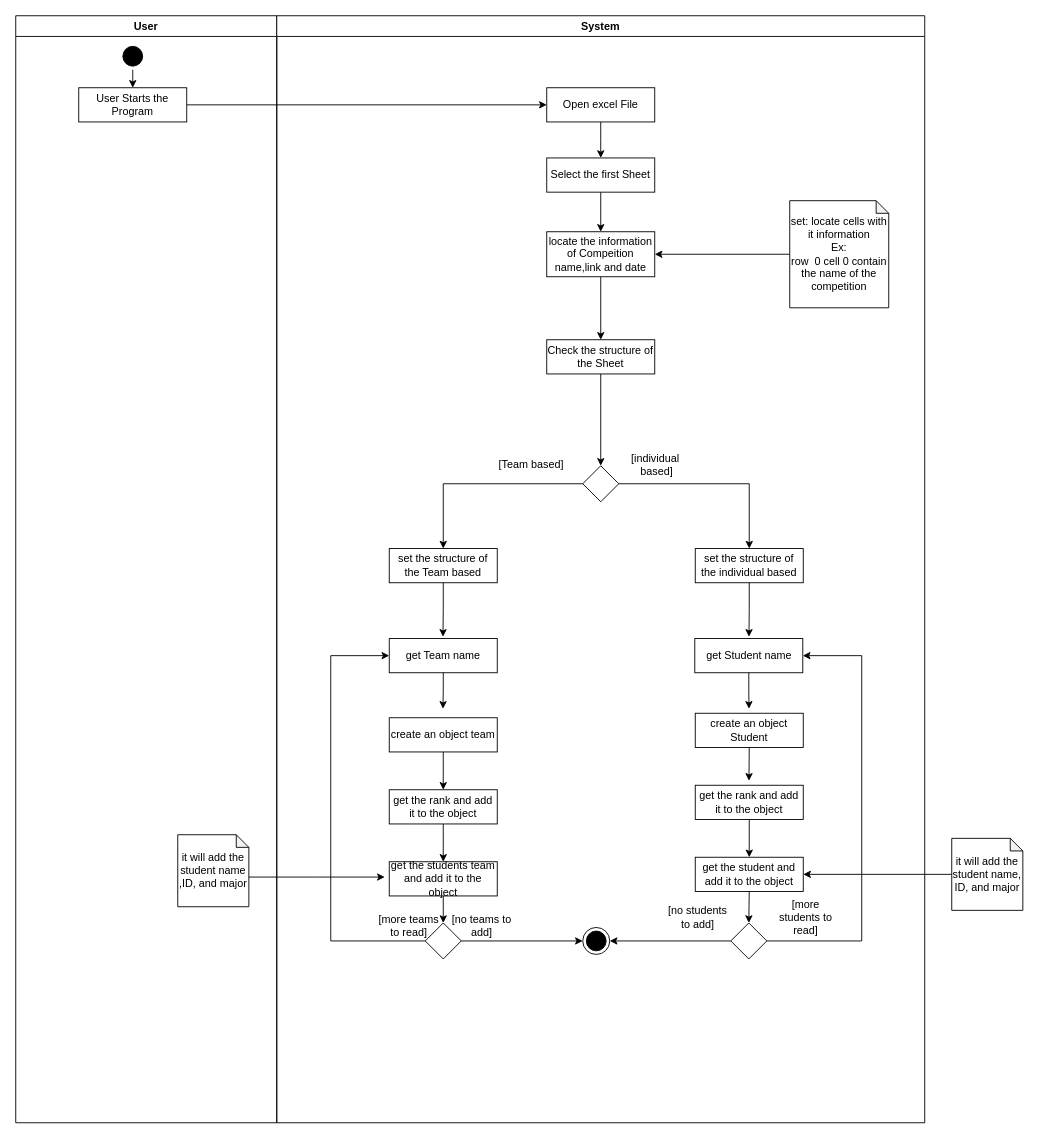
The draw.io diagram docs/phase2/Acitivity_Diagram_read_from_Excel.drawio in AbdullahAXR/Competition-tracker, before the edit. Source tidied: cells renumbered, new cells numbered last; positions are measured from the earlier drawing's top-left corner, leaving out a move shared by most shapes. Both pictures are drawn from the tidied source at 90%, with x=0, y=0 at pixel (15, 15).
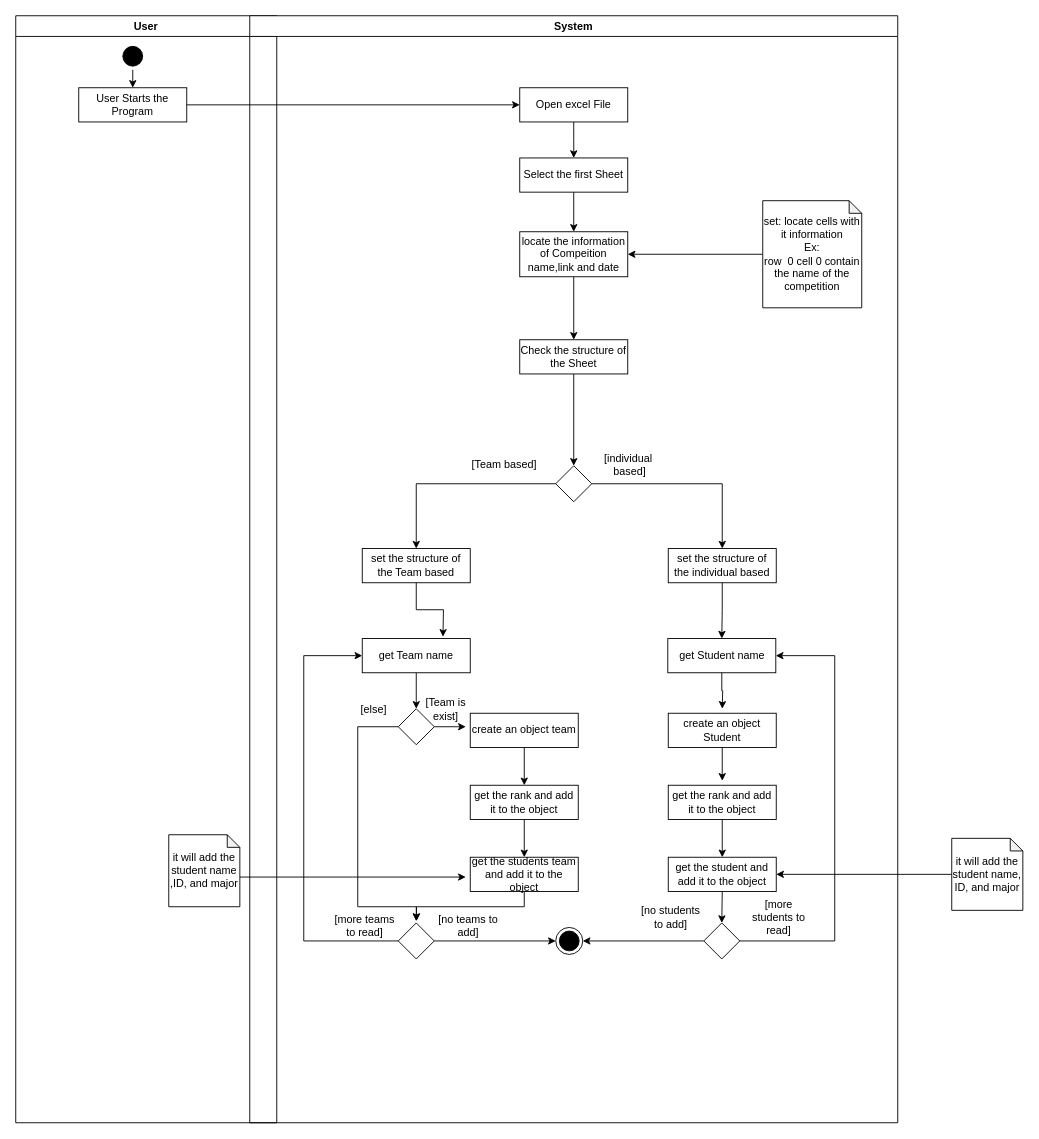
After the change.

Commit message (it also covers changes not shown here):
I updated the read from Excel (AD)

The change refers to these unchanged cells:
```xml
<mxCell id="2" value="User" style="swimlane;whiteSpace=wrap;" parent="1" vertex="1">
  <mxGeometry width="290" height="1230" as="geometry" />
</mxCell>
<mxCell id="20" value="get Team name" style="rounded=0;whiteSpace=wrap;html=1;strokeColor=#000000;" parent="7" vertex="1">
  <mxGeometry x="125" y="692" width="120" height="38" as="geometry" />
</mxCell>
<mxCell id="30" style="rhombus;whiteSpace=wrap;html=1;strokeColor=#000000;" parent="7" vertex="1">
  <mxGeometry x="165" y="1008" width="40" height="40" as="geometry" />
</mxCell>
<mxCell id="34" value="create an object Student" style="rounded=0;whiteSpace=wrap;html=1;strokeColor=#000000;" parent="7" vertex="1">
  <mxGeometry x="465" y="775" width="120" height="38" as="geometry" />
</mxCell>
<mxCell id="43" value="&lt;span&gt;set the structure of the individual&amp;nbsp;based&lt;/span&gt;" style="rounded=0;whiteSpace=wrap;html=1;strokeColor=#000000;" parent="7" vertex="1">
  <mxGeometry x="465" y="592" width="120" height="38" as="geometry" />
</mxCell>
<mxCell id="45" value="get Student name" style="rounded=0;whiteSpace=wrap;html=1;strokeColor=#000000;" parent="7" vertex="1">
  <mxGeometry x="464.5" y="692" width="120" height="38" as="geometry" />
</mxCell>
```

Change to the diagram source:
```diff
@@
     <mxCell id="4" value="it will add the student name ,ID, and major" style="shape=note;whiteSpace=wrap;html=1;backgroundOutline=1;darkOpacity=0.05;strokeColor=#000000;size=14;" parent="2" vertex="1">
-      <mxGeometry x="180" y="910" width="79" height="80" as="geometry" />
+      <mxGeometry x="170" y="910" width="79" height="80" as="geometry" />
     </mxCell>
@@
     <mxCell id="7" value="System" style="swimlane;whiteSpace=wrap;startSize=23;" parent="1" vertex="1">
-      <mxGeometry x="290" width="720" height="1230" as="geometry" />
+      <mxGeometry x="260" width="720" height="1230" as="geometry" />
     </mxCell>
@@
+    <mxCell id="58" style="edgeStyle=orthogonalEdgeStyle;rounded=0;jettySize=auto;html=1;exitX=0.5;exitY=1;exitDx=0;exitDy=0;entryX=0.5;entryY=0;entryDx=0;entryDy=0;startArrow=none;startFill=0;endArrow=classic;endFill=1;" parent="7" edge="1" source="20" target="60">
+      <mxGeometry relative="1" as="geometry" />
+    </mxCell>
@@
     <mxCell id="24" value="create an object team" style="rounded=0;whiteSpace=wrap;html=1;strokeColor=#000000;" parent="7" vertex="1">
-      <mxGeometry x="125" y="780" width="120" height="38" as="geometry" />
+      <mxGeometry x="245" y="775" width="120" height="38" as="geometry" />
     </mxCell>
@@
     <mxCell id="26" value="get the rank and add it to the object" style="rounded=0;whiteSpace=wrap;html=1;strokeColor=#000000;" parent="7" vertex="1">
-      <mxGeometry x="125" y="860" width="120" height="38" as="geometry" />
+      <mxGeometry x="245" y="855" width="120" height="38" as="geometry" />
     </mxCell>
-    <mxCell id="27" style="edgeStyle=orthogonalEdgeStyle;rounded=0;jettySize=auto;html=1;exitX=0.5;exitY=1;exitDx=0;exitDy=0;entryX=0.5;entryY=0;entryDx=0;entryDy=0;startArrow=none;startFill=0;endArrow=classic;endFill=1;" parent="7" edge="1" source="28" target="30">
-      <mxGeometry relative="1" as="geometry" />
+    <mxCell id="27" style="edgeStyle=orthogonalEdgeStyle;rounded=0;jettySize=auto;html=1;exitX=0.5;exitY=1;exitDx=0;exitDy=0;entryX=0.504;entryY=-0.056;entryDx=0;entryDy=0;entryPerimeter=0;startArrow=none;startFill=0;endArrow=classic;endFill=1;" parent="7" edge="1" source="28" target="30">
+      <mxGeometry relative="1" as="geometry">
+        <Array as="points">
+          <mxPoint x="305" y="990" />
+          <mxPoint x="185" y="990" />
+        </Array>
+      </mxGeometry>
     </mxCell>
     <mxCell id="28" value="get the students team and add it to the object" style="rounded=0;whiteSpace=wrap;html=1;strokeColor=#000000;" parent="7" vertex="1">
-      <mxGeometry x="125" y="940" width="120" height="38" as="geometry" />
+      <mxGeometry x="245" y="935" width="120" height="38" as="geometry" />
     </mxCell>
@@
     <mxCell id="31" value="[more teams to read]" style="text;html=1;strokeColor=none;fillColor=none;align=center;verticalAlign=middle;whiteSpace=wrap;rounded=0;" parent="7" vertex="1">
-      <mxGeometry x="109" y="1000" width="75.5" height="22" as="geometry" />
+      <mxGeometry x="89.5" y="1000" width="75.5" height="22" as="geometry" />
     </mxCell>
     <mxCell id="32" value="[no teams to add]" style="text;html=1;strokeColor=none;fillColor=none;align=center;verticalAlign=middle;whiteSpace=wrap;rounded=0;" parent="7" vertex="1">
-      <mxGeometry x="190" y="1000" width="75.5" height="22" as="geometry" />
+      <mxGeometry x="205" y="1000" width="75.5" height="22" as="geometry" />
     </mxCell>
@@
+    <mxCell id="59" style="edgeStyle=orthogonalEdgeStyle;rounded=0;jettySize=auto;html=1;exitX=0;exitY=0.5;exitDx=0;exitDy=0;startArrow=none;startFill=0;endArrow=classic;endFill=1;entryX=0.503;entryY=-0.048;entryDx=0;entryDy=0;entryPerimeter=0;" parent="7" edge="1" source="60" target="30">
+      <mxGeometry relative="1" as="geometry">
+        <Array as="points">
+          <mxPoint x="120" y="790" />
+          <mxPoint x="120" y="990" />
+          <mxPoint x="185" y="990" />
+        </Array>
+      </mxGeometry>
+    </mxCell>
+    <mxCell id="60" style="rhombus;whiteSpace=wrap;html=1;strokeColor=#000000;" parent="7" vertex="1">
+      <mxGeometry x="165" y="770" width="40" height="40" as="geometry" />
+    </mxCell>
+    <mxCell id="61" value="[Team is exist]" style="text;html=1;strokeColor=none;fillColor=none;align=center;verticalAlign=middle;whiteSpace=wrap;rounded=0;" parent="7" vertex="1">
+      <mxGeometry x="190" y="760" width="55.5" height="22" as="geometry" />
+    </mxCell>
+    <mxCell id="62" value="[else]" style="text;html=1;strokeColor=none;fillColor=none;align=center;verticalAlign=middle;whiteSpace=wrap;rounded=0;" parent="7" vertex="1">
+      <mxGeometry x="109.5" y="760" width="55.5" height="22" as="geometry" />
+    </mxCell>
+    <mxCell id="52" style="edgeStyle=orthogonalEdgeStyle;rounded=0;jettySize=auto;html=1;exitX=0.5;exitY=1;exitDx=0;exitDy=0;startArrow=none;startFill=0;endArrow=classic;endFill=1;entryX=0.5;entryY=0;entryDx=0;entryDy=0;" parent="7" edge="1" source="43" target="45">
+      <mxGeometry relative="1" as="geometry" />
+    </mxCell>
     <mxCell id="49" style="edgeStyle=orthogonalEdgeStyle;rounded=0;jettySize=auto;html=1;exitX=0.5;exitY=1;exitDx=0;exitDy=0;startArrow=none;startFill=0;endArrow=classic;endFill=1;" parent="1" edge="1" source="45">
       <mxGeometry relative="1" as="geometry">
-        <mxPoint x="814.7" y="770" as="targetPoint" />
+        <mxPoint x="785" y="770" as="targetPoint" />
       </mxGeometry>
     </mxCell>
     <mxCell id="50" style="edgeStyle=orthogonalEdgeStyle;rounded=0;jettySize=auto;html=1;exitX=0.5;exitY=1;exitDx=0;exitDy=0;startArrow=none;startFill=0;endArrow=classic;endFill=1;" parent="1" edge="1" source="34">
       <mxGeometry relative="1" as="geometry">
-        <mxPoint x="814.7" y="850" as="targetPoint" />
+        <mxPoint x="785" y="850" as="targetPoint" />
       </mxGeometry>
     </mxCell>
-    <mxCell id="51" style="edgeStyle=orthogonalEdgeStyle;rounded=0;jettySize=auto;html=1;exitX=0.5;exitY=1;exitDx=0;exitDy=0;startArrow=none;startFill=0;endArrow=classic;endFill=1;" parent="1" edge="1" source="20">
-      <mxGeometry relative="1" as="geometry">
-        <mxPoint x="474.7" y="770" as="targetPoint" />
-      </mxGeometry>
-    </mxCell>
-    <mxCell id="52" style="edgeStyle=orthogonalEdgeStyle;rounded=0;jettySize=auto;html=1;exitX=0.5;exitY=1;exitDx=0;exitDy=0;startArrow=none;startFill=0;endArrow=classic;endFill=1;" parent="1" edge="1" source="43">
-      <mxGeometry relative="1" as="geometry">
-        <mxPoint x="814.7" y="690" as="targetPoint" />
-      </mxGeometry>
-    </mxCell>
@@
     <mxCell id="56" style="edgeStyle=orthogonalEdgeStyle;rounded=0;jettySize=auto;html=1;exitX=0;exitY=0;exitDx=79;exitDy=47;exitPerimeter=0;startArrow=none;startFill=0;endArrow=classic;endFill=1;" parent="1" edge="1" source="4">
       <mxGeometry relative="1" as="geometry">
-        <mxPoint x="410" y="957" as="targetPoint" />
+        <mxPoint x="500" y="957" as="targetPoint" />
       </mxGeometry>
     </mxCell>
@@
+    <mxCell id="63" style="edgeStyle=orthogonalEdgeStyle;rounded=0;jettySize=auto;html=1;exitX=1;exitY=0.5;exitDx=0;exitDy=0;startArrow=none;startFill=0;endArrow=classic;endFill=1;" parent="1" edge="1" source="60">
+      <mxGeometry relative="1" as="geometry">
+        <mxPoint x="500" y="790" as="targetPoint" />
+      </mxGeometry>
+    </mxCell>
```
